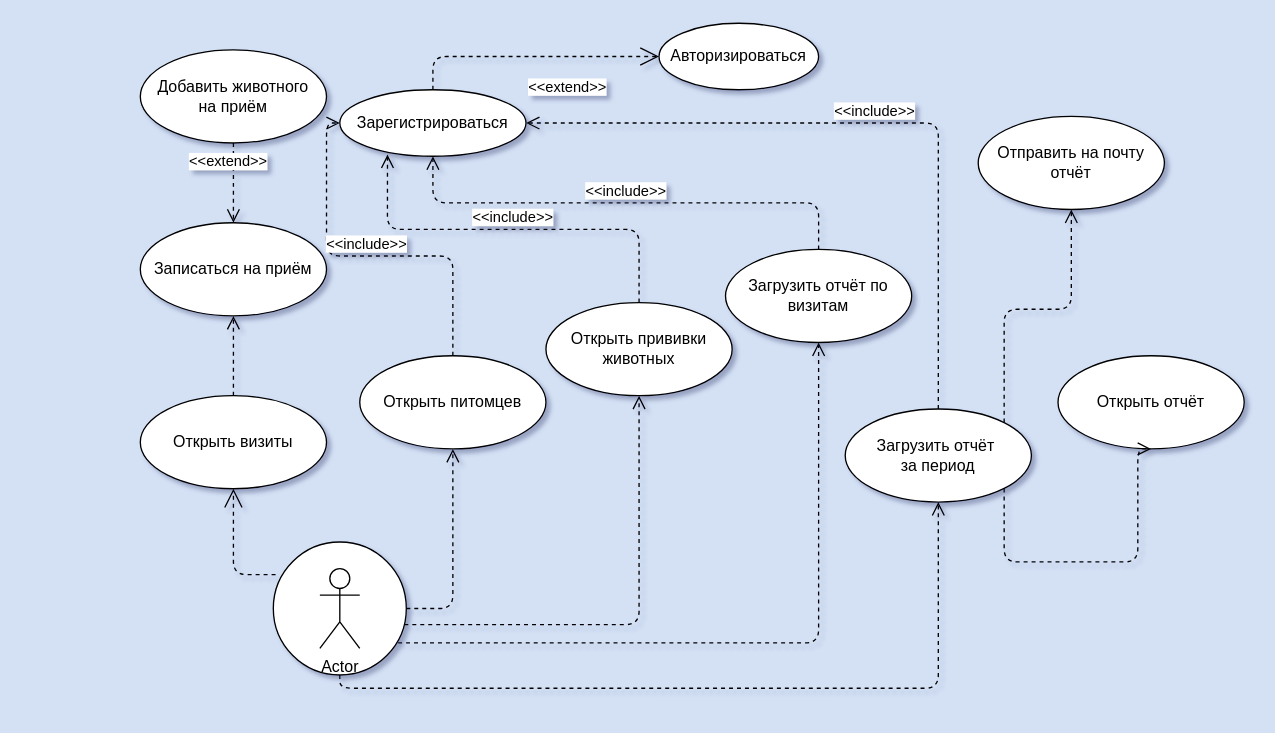
Earlier version of the draw.io diagram use-case_1role.drawio (pvl-mr/Course-work-TP). Source tidied: cells renumbered, new cells numbered last; positions are measured from the earlier drawing's top-left corner, leaving out a move shared by most shapes. Both pictures are drawn from the tidied source at 133%, with x=0, y=0 at pixel (140, 23).
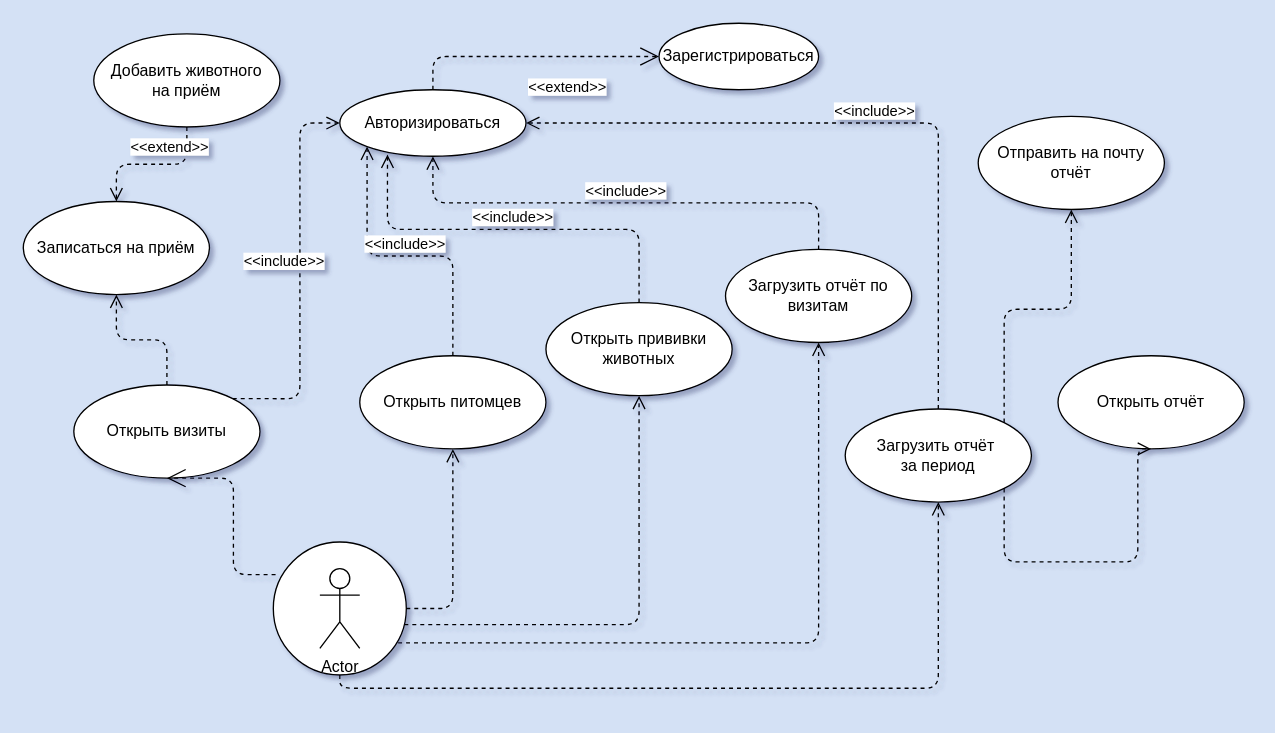
The same page after the edit.

Unchanged cells that the change refers to:
```xml
<mxCell id="8" value="Открыть питомцев" style="ellipse;whiteSpace=wrap;html=1;" parent="1" vertex="1">
  <mxGeometry x="165" y="250" width="140" height="70" as="geometry" />
</mxCell>
```

Change to the diagram source:
```diff
@@
-    <mxCell id="5" value="Зарегистрироваться" style="ellipse;whiteSpace=wrap;html=1;" parent="1" vertex="1">
+    <mxCell id="5" value="Авторизироваться" style="ellipse;whiteSpace=wrap;html=1;" parent="1" vertex="1">
       <mxGeometry x="150" y="50" width="140" height="50" as="geometry" />
     </mxCell>
     <mxCell id="6" value="Открыть визиты" style="ellipse;whiteSpace=wrap;html=1;" parent="1" vertex="1">
-      <mxGeometry y="280" width="140" height="70" as="geometry" />
+      <mxGeometry x="-50" y="272" width="140" height="70" as="geometry" />
     </mxCell>
@@
     <mxCell id="17" value="Записаться на приём" style="ellipse;whiteSpace=wrap;html=1;" parent="1" vertex="1">
-      <mxGeometry y="150" width="140" height="70" as="geometry" />
+      <mxGeometry x="-88" y="134" width="140" height="70" as="geometry" />
     </mxCell>
@@
     <mxCell id="19" value="Добавить животного&lt;br&gt;на приём" style="ellipse;whiteSpace=wrap;html=1;" parent="1" vertex="1">
-      <mxGeometry y="20" width="140" height="70" as="geometry" />
+      <mxGeometry x="-35" y="8" width="140" height="70" as="geometry" />
     </mxCell>
@@
-    <mxCell id="22" value="Авторизироваться" style="ellipse;whiteSpace=wrap;html=1;" parent="1" vertex="1">
+    <mxCell id="22" value="Зарегистрироваться" style="ellipse;whiteSpace=wrap;html=1;" parent="1" vertex="1">
       <mxGeometry x="390" width="120" height="50" as="geometry" />
     </mxCell>
@@
-    <mxCell id="24" value="&amp;lt;&amp;lt;include&amp;gt;&amp;gt;" style="html=1;verticalAlign=bottom;endArrow=open;dashed=1;endSize=8;exitX=0.5;exitY=0;exitDx=0;exitDy=0;entryX=0;entryY=0.5;entryDx=0;entryDy=0;edgeStyle=orthogonalEdgeStyle;" parent="1" edge="1" source="8" target="5">
+    <mxCell id="24" value="&amp;lt;&amp;lt;include&amp;gt;&amp;gt;" style="html=1;verticalAlign=bottom;endArrow=open;dashed=1;endSize=8;exitX=0.5;exitY=0;exitDx=0;exitDy=0;entryX=0;entryY=1;entryDx=0;entryDy=0;edgeStyle=orthogonalEdgeStyle;" parent="1" edge="1" source="8" target="5">
       <mxGeometry relative="1" as="geometry" />
     </mxCell>
@@
+    <mxCell id="30" value="&amp;lt;&amp;lt;include&amp;gt;&amp;gt;" style="html=1;verticalAlign=bottom;endArrow=open;dashed=1;endSize=8;exitX=1;exitY=0;exitDx=0;exitDy=0;entryX=0;entryY=0.5;entryDx=0;entryDy=0;edgeStyle=orthogonalEdgeStyle;" parent="1" edge="1" source="6" target="5">
+      <mxGeometry x="0.01" y="12" relative="1" as="geometry" />
+    </mxCell>
```
